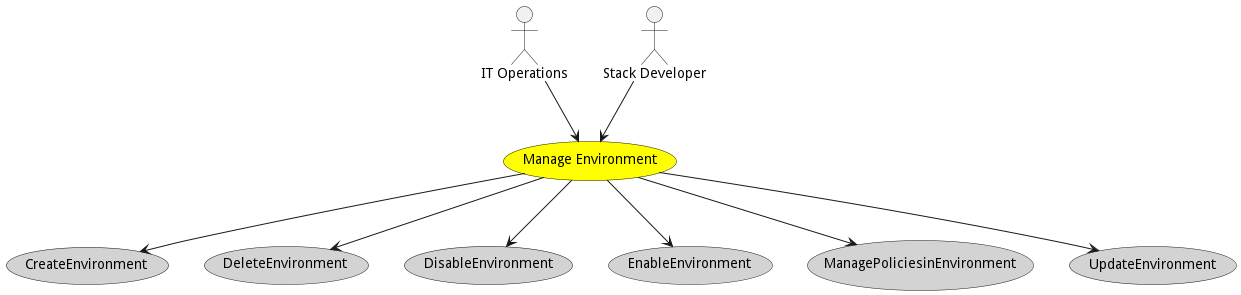
Before: docs/edgemere/aml/ds/em/usecases/manageenvironment/Activities.png, a diagram exported from PlantUML (madajaju/edgemere). Source of this version:
```plantuml
@startuml


usecase "Manage Environment" as ManageEnvironment #yellow

Actor "IT Operations" as ITOperations

ITOperations --> ManageEnvironment

Actor "Stack Developer" as StackDeveloper

StackDeveloper --> ManageEnvironment



usecase "CreateEnvironment" as CreateEnvironment #lightgrey

ManageEnvironment --> CreateEnvironment

usecase "DeleteEnvironment" as DeleteEnvironment #lightgrey

ManageEnvironment --> DeleteEnvironment

usecase "DisableEnvironment" as DisableEnvironment #lightgrey

ManageEnvironment --> DisableEnvironment

usecase "EnableEnvironment" as EnableEnvironment #lightgrey

ManageEnvironment --> EnableEnvironment

usecase "ManagePoliciesinEnvironment" as ManagePoliciesinEnvironment #lightgrey

ManageEnvironment --> ManagePoliciesinEnvironment

usecase "UpdateEnvironment" as UpdateEnvironment #lightgrey

ManageEnvironment --> UpdateEnvironment









@enduml
```
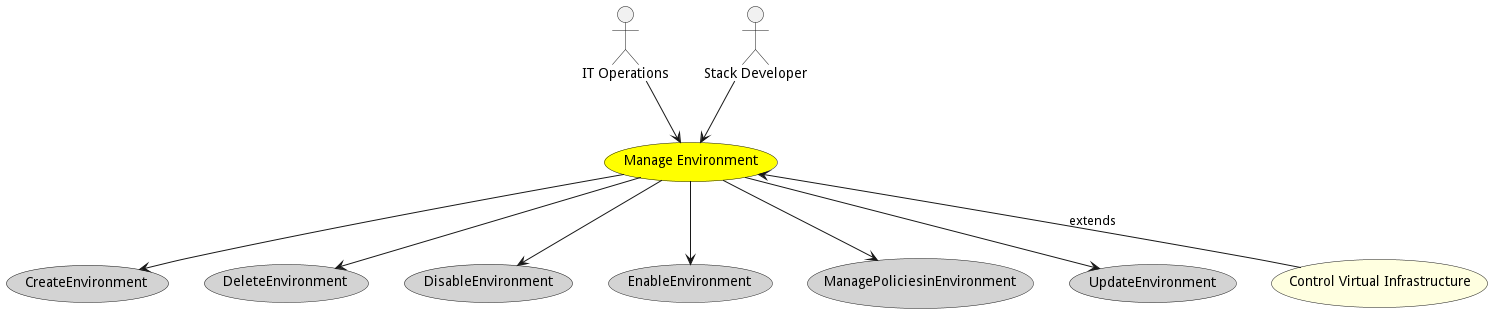
Above is the later version.

Diff of the diagram source:
```diff
@@ -39,6 +39,10 @@
 
 
 
+usecase "Control Virtual Infrastructure" as ControlVirtualInfrastructure #lightyellow
+
+ManageEnvironment <-- ControlVirtualInfrastructure : extends
+
 
 
 
```
